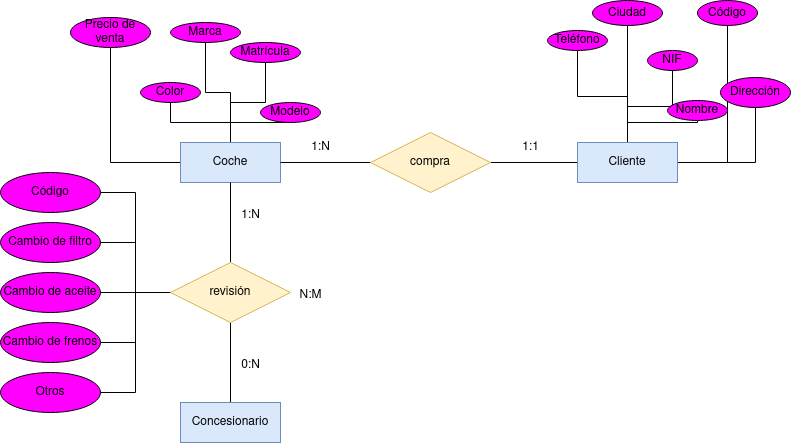
Before: Unidad-1/Tareas/Tarea-6/Diagrama Tarea 7.drawio.png, a diagram exported from draw.io (RafaelMayor/base-datos). Source tidied: cells renumbered, new cells last; positions are measured from the earlier drawing's top-left corner, leaving out a move shared by most shapes.
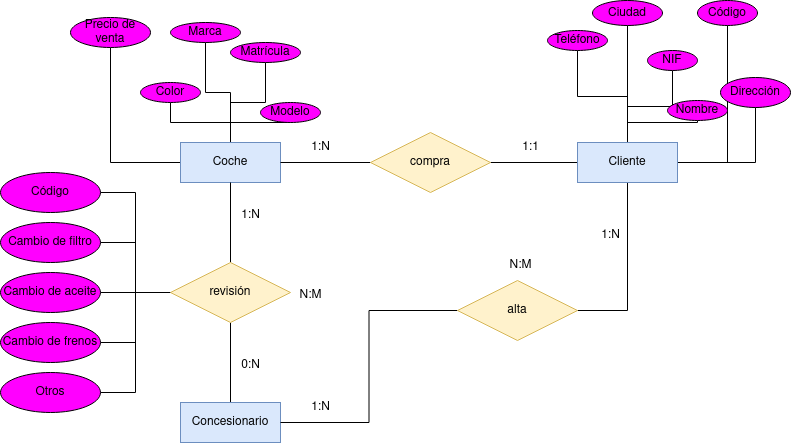
Above is the later version.

Change to the diagram source:
```diff
@@ -47,6 +47,9 @@
     <mxCell id="16" style="edgeStyle=orthogonalEdgeStyle;rounded=0;jettySize=auto;html=1;entryX=0.5;entryY=1;entryDx=0;entryDy=0;endArrow=none;endFill=0;" parent="1" edge="1" source="17" target="47">
       <mxGeometry relative="1" as="geometry" />
     </mxCell>
+    <mxCell id="48" style="edgeStyle=orthogonalEdgeStyle;rounded=0;jettySize=auto;html=1;entryX=1;entryY=0.5;entryDx=0;entryDy=0;endArrow=none;endFill=0;" parent="1" edge="1" source="17" target="50">
+      <mxGeometry relative="1" as="geometry" />
+    </mxCell>
     <mxCell id="17" value="Cliente" style="whiteSpace=wrap;html=1;align=center;fillColor=#dae8fc;strokeColor=#6c8ebf;" parent="1" vertex="1">
       <mxGeometry x="577" y="142" width="100" height="40" as="geometry" />
     </mxCell>
@@ -140,5 +143,20 @@
     <mxCell id="47" value="Código" style="ellipse;whiteSpace=wrap;html=1;align=center;fillColor=#FF00FF;" parent="1" vertex="1">
       <mxGeometry x="697" width="60" height="25" as="geometry" />
     </mxCell>
+    <mxCell id="49" style="edgeStyle=orthogonalEdgeStyle;rounded=0;jettySize=auto;html=1;entryX=1;entryY=0.5;entryDx=0;entryDy=0;endArrow=none;endFill=0;" parent="1" edge="1" source="50" target="9">
+      <mxGeometry relative="1" as="geometry" />
+    </mxCell>
+    <mxCell id="50" value="alta" style="shape=rhombus;perimeter=rhombusPerimeter;whiteSpace=wrap;html=1;align=center;fillColor=#fff2cc;strokeColor=#d6b656;" parent="1" vertex="1">
+      <mxGeometry x="457" y="280" width="120" height="60" as="geometry" />
+    </mxCell>
+    <mxCell id="51" value="1:N" style="text;html=1;align=center;verticalAlign=middle;strokeColor=none;fillColor=none;" parent="1" vertex="1">
+      <mxGeometry x="590" y="220" width="40" height="30" as="geometry" />
+    </mxCell>
+    <mxCell id="52" value="1:N" style="text;html=1;align=center;verticalAlign=middle;strokeColor=none;fillColor=none;" parent="1" vertex="1">
+      <mxGeometry x="300" y="392" width="40" height="30" as="geometry" />
+    </mxCell>
+    <mxCell id="53" value="N:M" style="text;html=1;align=center;verticalAlign=middle;strokeColor=none;fillColor=none;" parent="1" vertex="1">
+      <mxGeometry x="495" y="250" width="50" height="30" as="geometry" />
+    </mxCell>
   </root>
 </mxGraphModel>
```
